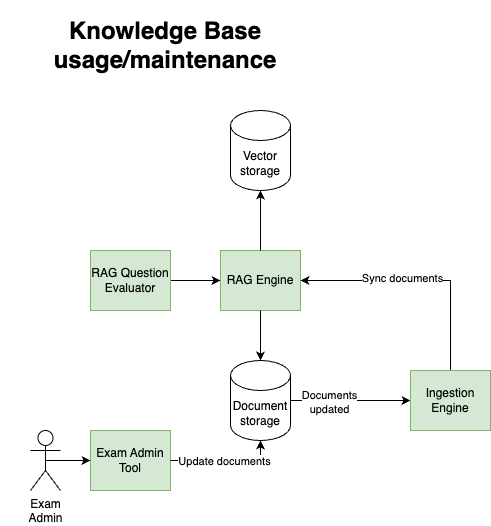
Above: images/kb.png in ustwo/architecture-kata-2025 (draw.io), before the change. Source tidied: cells renumbered, new cells last; positions are measured from the earlier drawing's top-left corner, leaving out a move shared by most shapes.
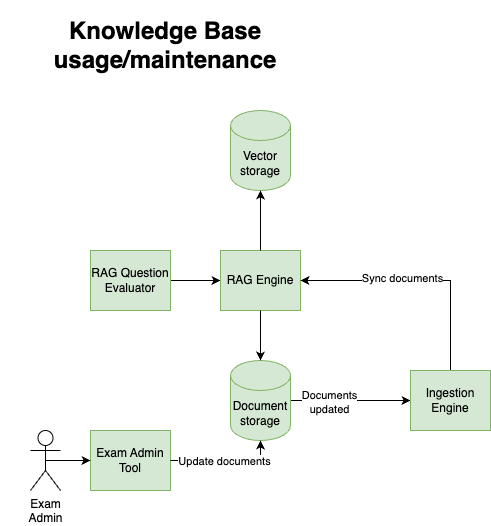
Above is the later version.

What changed in the source:
```diff
@@ -17,10 +17,10 @@
     <mxCell id="6" value="Documents&lt;div&gt;updated&lt;/div&gt;" style="edgeLabel;html=1;align=center;verticalAlign=middle;" parent="5" vertex="1">
       <mxGeometry x="-0.36" y="-1" relative="1" as="geometry" />
     </mxCell>
-    <mxCell id="7" value="Document storage" style="shape=cylinder3;whiteSpace=wrap;html=1;boundedLbl=1;backgroundOutline=1;size=15;" parent="1" vertex="1">
+    <mxCell id="7" value="Document storage" style="shape=cylinder3;whiteSpace=wrap;html=1;boundedLbl=1;backgroundOutline=1;size=15;fillColor=#d5e8d4;strokeColor=#82b366;" parent="1" vertex="1">
       <mxGeometry x="230" y="330" width="60" height="80" as="geometry" />
     </mxCell>
-    <mxCell id="8" value="Vector storage" style="shape=cylinder3;whiteSpace=wrap;html=1;boundedLbl=1;backgroundOutline=1;size=15;" parent="1" vertex="1">
+    <mxCell id="8" value="Vector storage" style="shape=cylinder3;whiteSpace=wrap;html=1;boundedLbl=1;backgroundOutline=1;size=15;fillColor=#d5e8d4;strokeColor=#82b366;" parent="1" vertex="1">
       <mxGeometry x="230" y="80" width="60" height="80" as="geometry" />
     </mxCell>
     <mxCell id="9" value="Exam Admin Tool" style="rounded=0;whiteSpace=wrap;html=1;fillColor=#d5e8d4;strokeColor=#82b366;" parent="1" vertex="1">
```
